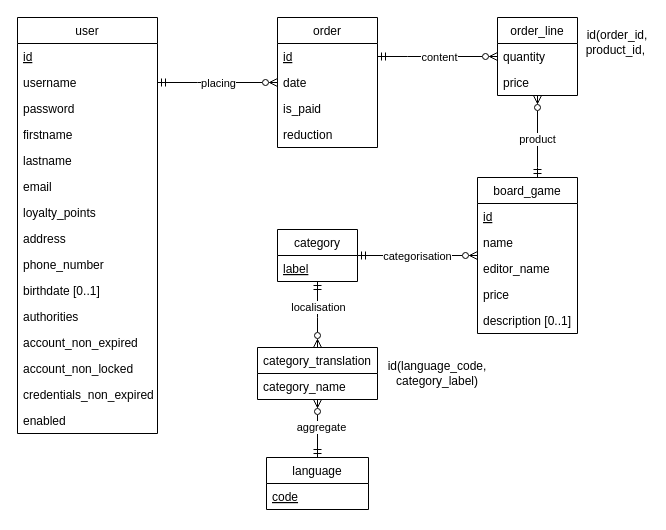
Before: entity_relationship_diagram.drawio in FlamandPierre/AdvancedWebProject, a draw.io diagram. Source tidied: cells renumbered, new cells numbered last; positions are measured from the earlier drawing's top-left corner, leaving out a move shared by most shapes. Both pictures are drawn from the tidied source at 100%, with x=0, y=0 at pixel (17, 17).
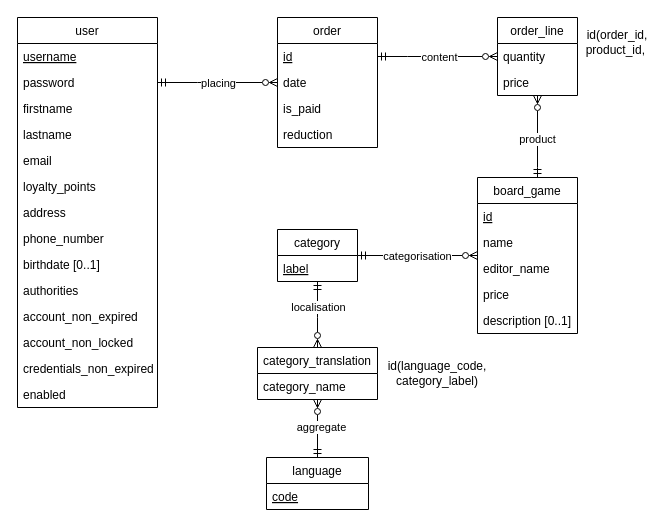
Above is the later version.

The edit, as a diff of the source:
```diff
@@
     <mxCell id="2" value="user" style="swimlane;fontStyle=0;horizontal=1;startSize=26;fillColor=none;" parent="1" vertex="1">
-      <mxGeometry width="140" height="416" as="geometry" />
+      <mxGeometry width="140" height="390" as="geometry" />
     </mxCell>
-    <mxCell id="3" value="id" style="text;strokeColor=none;fillColor=none;align=left;verticalAlign=top;spacingLeft=4;spacingRight=4;overflow=hidden;fontStyle=4;" parent="2" vertex="1">
-      <mxGeometry y="26" width="140" height="26" as="geometry" />
-    </mxCell>
-    <mxCell id="4" value="username" style="text;strokeColor=none;fillColor=none;align=left;verticalAlign=top;spacingLeft=4;spacingRight=4;overflow=hidden;fontStyle=0;" parent="2" vertex="1">
-      <mxGeometry y="52" width="140" height="26" as="geometry" />
+    <mxCell id="4" value="username" style="text;strokeColor=none;fillColor=none;align=left;verticalAlign=top;spacingLeft=4;spacingRight=4;overflow=hidden;fontStyle=4;" parent="2" vertex="1">
+      <mxGeometry y="26" width="140" height="26" as="geometry" />
     </mxCell>
     <mxCell id="5" value="password" style="text;strokeColor=none;fillColor=none;align=left;verticalAlign=top;spacingLeft=4;spacingRight=4;overflow=hidden;" parent="2" vertex="1">
-      <mxGeometry y="78" width="140" height="26" as="geometry" />
+      <mxGeometry y="52" width="140" height="26" as="geometry" />
     </mxCell>
     <mxCell id="6" value="firstname" style="text;strokeColor=none;fillColor=none;align=left;verticalAlign=top;spacingLeft=4;spacingRight=4;overflow=hidden;" parent="2" vertex="1">
-      <mxGeometry y="104" width="140" height="26" as="geometry" />
+      <mxGeometry y="78" width="140" height="26" as="geometry" />
     </mxCell>
     <mxCell id="7" value="lastname" style="text;strokeColor=none;fillColor=none;align=left;verticalAlign=top;spacingLeft=4;spacingRight=4;overflow=hidden;" parent="2" vertex="1">
-      <mxGeometry y="130" width="140" height="26" as="geometry" />
+      <mxGeometry y="104" width="140" height="26" as="geometry" />
     </mxCell>
     <mxCell id="8" value="email" style="text;strokeColor=none;fillColor=none;align=left;verticalAlign=top;spacingLeft=4;spacingRight=4;overflow=hidden;" parent="2" vertex="1">
-      <mxGeometry y="156" width="140" height="26" as="geometry" />
+      <mxGeometry y="130" width="140" height="26" as="geometry" />
     </mxCell>
     <mxCell id="9" value="loyalty_points" style="text;strokeColor=none;fillColor=none;align=left;verticalAlign=top;spacingLeft=4;spacingRight=4;overflow=hidden;" parent="2" vertex="1">
-      <mxGeometry y="182" width="140" height="26" as="geometry" />
+      <mxGeometry y="156" width="140" height="26" as="geometry" />
     </mxCell>
     <mxCell id="10" value="address" style="text;strokeColor=none;fillColor=none;align=left;verticalAlign=top;spacingLeft=4;spacingRight=4;overflow=hidden;" parent="2" vertex="1">
-      <mxGeometry y="208" width="140" height="26" as="geometry" />
+      <mxGeometry y="182" width="140" height="26" as="geometry" />
     </mxCell>
     <mxCell id="11" value="phone_number" style="text;strokeColor=none;fillColor=none;align=left;verticalAlign=top;spacingLeft=4;spacingRight=4;overflow=hidden;" parent="2" vertex="1">
-      <mxGeometry y="234" width="140" height="26" as="geometry" />
+      <mxGeometry y="208" width="140" height="26" as="geometry" />
     </mxCell>
     <mxCell id="12" value="birthdate [0..1]" style="text;strokeColor=none;fillColor=none;align=left;verticalAlign=top;spacingLeft=4;spacingRight=4;overflow=hidden;" parent="2" vertex="1">
-      <mxGeometry y="260" width="140" height="26" as="geometry" />
+      <mxGeometry y="234" width="140" height="26" as="geometry" />
     </mxCell>
     <mxCell id="13" value="authorities" style="text;strokeColor=none;fillColor=none;align=left;verticalAlign=top;spacingLeft=4;spacingRight=4;overflow=hidden;" parent="2" vertex="1">
-      <mxGeometry y="286" width="140" height="26" as="geometry" />
+      <mxGeometry y="260" width="140" height="26" as="geometry" />
     </mxCell>
     <mxCell id="14" value="account_non_expired" style="text;strokeColor=none;fillColor=none;align=left;verticalAlign=top;spacingLeft=4;spacingRight=4;overflow=hidden;" parent="2" vertex="1">
-      <mxGeometry y="312" width="140" height="26" as="geometry" />
+      <mxGeometry y="286" width="140" height="26" as="geometry" />
     </mxCell>
     <mxCell id="15" value="account_non_locked" style="text;strokeColor=none;fillColor=none;align=left;verticalAlign=top;spacingLeft=4;spacingRight=4;overflow=hidden;" parent="2" vertex="1">
-      <mxGeometry y="338" width="140" height="26" as="geometry" />
+      <mxGeometry y="312" width="140" height="26" as="geometry" />
     </mxCell>
     <mxCell id="16" value="credentials_non_expired" style="text;strokeColor=none;fillColor=none;align=left;verticalAlign=top;spacingLeft=4;spacingRight=4;overflow=hidden;" parent="2" vertex="1">
-      <mxGeometry y="364" width="140" height="26" as="geometry" />
+      <mxGeometry y="338" width="140" height="26" as="geometry" />
     </mxCell>
     <mxCell id="17" value="enabled" style="text;strokeColor=none;fillColor=none;align=left;verticalAlign=top;spacingLeft=4;spacingRight=4;overflow=hidden;" parent="2" vertex="1">
-      <mxGeometry y="390" width="140" height="26" as="geometry" />
+      <mxGeometry y="364" width="140" height="26" as="geometry" />
     </mxCell>
```
